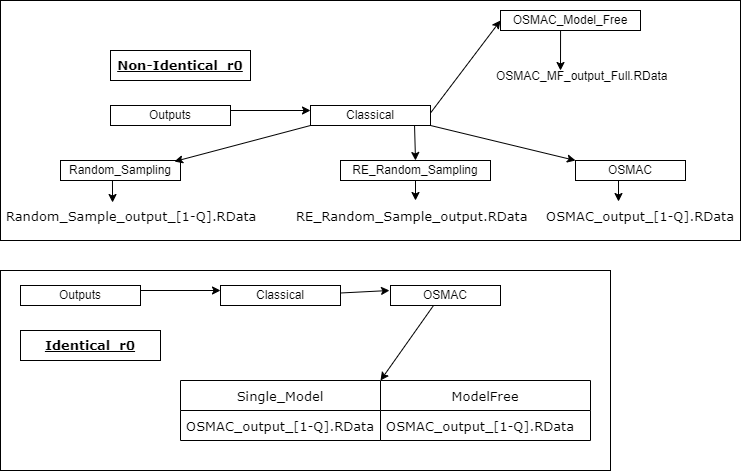
The draw.io diagram Images/Outputs.png in Amalan-ConStat/RS_OS_MROS_LR_RWS_SkinData, before a commit. Source tidied: cells renumbered, new cells last; positions are measured from the earlier drawing's top-left corner, leaving out a move shared by most shapes. The source it was exported from:
```xml
<mxGraphModel>
  <root>
    <mxCell id="0" />
    <mxCell id="1" parent="0" />
    <mxCell id="2" style="rounded=0;whiteSpace=wrap;html=1;fontFamily=Verdana;fontSize=13;fontColor=#000000;" parent="1" vertex="1">
      <mxGeometry width="740" height="240" as="geometry" />
    </mxCell>
    <mxCell id="3" value="Outputs" style="rounded=0;whiteSpace=wrap;html=1;" parent="1" vertex="1">
      <mxGeometry x="110" y="105" width="120" height="20" as="geometry" />
    </mxCell>
    <mxCell id="4" value="Classical" style="rounded=0;whiteSpace=wrap;html=1;" parent="1" vertex="1">
      <mxGeometry x="310" y="105" width="120" height="20" as="geometry" />
    </mxCell>
    <mxCell id="5" value="Random_Sampling" style="rounded=0;whiteSpace=wrap;html=1;" parent="1" vertex="1">
      <mxGeometry x="60" y="160" width="120" height="20" as="geometry" />
    </mxCell>
    <mxCell id="6" value="RE_Random_Sampling" style="rounded=0;whiteSpace=wrap;html=1;" parent="1" vertex="1">
      <mxGeometry x="340" y="160" width="150" height="20" as="geometry" />
    </mxCell>
    <mxCell id="7" value="OSMAC" style="rounded=0;whiteSpace=wrap;html=1;" parent="1" vertex="1">
      <mxGeometry x="575" y="160" width="110" height="20" as="geometry" />
    </mxCell>
    <mxCell id="8" style="endArrow=classic;html=1;exitX=1;exitY=0.25;exitDx=0;exitDy=0;" parent="1" edge="1" source="3">
      <mxGeometry relative="1" as="geometry">
        <mxPoint x="310" y="110" as="targetPoint" />
      </mxGeometry>
    </mxCell>
    <mxCell id="9" style="endArrow=classic;html=1;exitX=1;exitY=0.25;exitDx=0;exitDy=0;entryX=0;entryY=0.5;entryDx=0;entryDy=0;" parent="1" edge="1" target="14">
      <mxGeometry relative="1" as="geometry">
        <mxPoint x="430" y="112.5" as="sourcePoint" />
      </mxGeometry>
    </mxCell>
    <mxCell id="10" style="endArrow=classic;html=1;exitX=0;exitY=1;exitDx=0;exitDy=0;entryX=0.95;entryY=0.05;entryDx=0;entryDy=0;entryPerimeter=0;" parent="1" edge="1" source="4" target="5">
      <mxGeometry relative="1" as="geometry" />
    </mxCell>
    <mxCell id="11" style="endArrow=classic;html=1;exitX=0.867;exitY=1;exitDx=0;exitDy=0;entryX=0.5;entryY=0;entryDx=0;entryDy=0;exitPerimeter=0;" parent="1" edge="1" source="4" target="6">
      <mxGeometry relative="1" as="geometry" />
    </mxCell>
    <mxCell id="12" style="endArrow=classic;html=1;exitX=1;exitY=1;exitDx=0;exitDy=0;entryX=0;entryY=0;entryDx=0;entryDy=0;" parent="1" edge="1" source="4" target="7">
      <mxGeometry relative="1" as="geometry" />
    </mxCell>
    <mxCell id="13" value="&lt;b&gt;&lt;u&gt;Non-Identical_r0&lt;/u&gt;&lt;/b&gt;" style="rounded=0;whiteSpace=wrap;html=1;fontFamily=Verdana;fontSize=13;fontColor=#000000;" parent="1" vertex="1">
      <mxGeometry x="110" y="50" width="140" height="30" as="geometry" />
    </mxCell>
    <mxCell id="14" value="OSMAC_Model_Free" style="rounded=0;whiteSpace=wrap;html=1;" parent="1" vertex="1">
      <mxGeometry x="500" y="10" width="140" height="20" as="geometry" />
    </mxCell>
    <mxCell id="15" style="endArrow=classic;html=1;rounded=0;fontFamily=Verdana;fontSize=13;fontColor=#000000;exitX=0.5;exitY=1;exitDx=0;exitDy=0;" parent="1" edge="1" source="6" target="30">
      <mxGeometry relative="1" as="geometry" />
    </mxCell>
    <mxCell id="16" style="endArrow=classic;html=1;rounded=0;fontFamily=Verdana;fontSize=13;fontColor=#000000;exitX=0.391;exitY=1;exitDx=0;exitDy=0;exitPerimeter=0;entryX=0.425;entryY=0.017;entryDx=0;entryDy=0;entryPerimeter=0;" parent="1" edge="1" source="7">
      <mxGeometry relative="1" as="geometry">
        <mxPoint x="618" y="201" as="targetPoint" />
      </mxGeometry>
    </mxCell>
    <mxCell id="17" style="rounded=0;whiteSpace=wrap;html=1;fontFamily=Verdana;fontSize=13;fontColor=#000000;" parent="1" vertex="1">
      <mxGeometry y="270" width="610" height="200" as="geometry" />
    </mxCell>
    <mxCell id="18" value="Outputs" style="rounded=0;whiteSpace=wrap;html=1;" parent="1" vertex="1">
      <mxGeometry x="20" y="285" width="120" height="20" as="geometry" />
    </mxCell>
    <mxCell id="19" value="Classical" style="rounded=0;whiteSpace=wrap;html=1;" parent="1" vertex="1">
      <mxGeometry x="220" y="285" width="120" height="20" as="geometry" />
    </mxCell>
    <mxCell id="20" value="OSMAC" style="rounded=0;whiteSpace=wrap;html=1;" parent="1" vertex="1">
      <mxGeometry x="390" y="285" width="110" height="20" as="geometry" />
    </mxCell>
    <mxCell id="21" style="endArrow=classic;html=1;exitX=1;exitY=0.25;exitDx=0;exitDy=0;" parent="1" edge="1" source="18">
      <mxGeometry relative="1" as="geometry">
        <mxPoint x="220" y="290" as="targetPoint" />
      </mxGeometry>
    </mxCell>
    <mxCell id="22" style="endArrow=classic;html=1;exitX=1;exitY=0.25;exitDx=0;exitDy=0;" parent="1" edge="1">
      <mxGeometry relative="1" as="geometry">
        <mxPoint x="340" y="292.5" as="sourcePoint" />
        <mxPoint x="389" y="290" as="targetPoint" />
      </mxGeometry>
    </mxCell>
    <mxCell id="23" value="&lt;b&gt;&lt;u&gt;Identical_r0&lt;/u&gt;&lt;/b&gt;" style="rounded=0;whiteSpace=wrap;html=1;fontFamily=Verdana;fontSize=13;fontColor=#000000;" parent="1" vertex="1">
      <mxGeometry x="20" y="330" width="140" height="30" as="geometry" />
    </mxCell>
    <mxCell id="24" value="Single_Model" style="swimlane;fontStyle=0;horizontal=1;startSize=30;fontFamily=Verdana;fontSize=13;fontColor=#000000;" parent="1" vertex="1">
      <mxGeometry x="180" y="380" width="200" height="60" as="geometry" />
    </mxCell>
    <mxCell id="25" value="OSMAC_output_[1-Q].RData" style="text;strokeColor=none;fillColor=none;align=left;verticalAlign=middle;spacingLeft=4;spacingRight=4;overflow=hidden;fontFamily=Verdana;fontSize=13;fontColor=#000000;" parent="24" vertex="1">
      <mxGeometry y="30" width="200" height="30" as="geometry" />
    </mxCell>
    <mxCell id="26" value="ModelFree" style="swimlane;fontStyle=0;horizontal=1;startSize=30;fontFamily=Verdana;fontSize=13;fontColor=#000000;" parent="1" vertex="1">
      <mxGeometry x="380" y="380" width="210" height="60" as="geometry" />
    </mxCell>
    <mxCell id="27" value="OSMAC_output_[1-Q].RData" style="text;strokeColor=none;fillColor=none;align=left;verticalAlign=middle;spacingLeft=4;spacingRight=4;overflow=hidden;fontFamily=Verdana;fontSize=13;fontColor=#000000;" parent="26" vertex="1">
      <mxGeometry y="30" width="210" height="30" as="geometry" />
    </mxCell>
    <mxCell id="28" style="endArrow=classic;html=1;rounded=0;fontFamily=Verdana;fontSize=13;fontColor=#000000;exitX=0.391;exitY=1;exitDx=0;exitDy=0;exitPerimeter=0;entryX=0;entryY=0;entryDx=0;entryDy=0;" parent="1" edge="1" source="20" target="26">
      <mxGeometry relative="1" as="geometry" />
    </mxCell>
    <mxCell id="29" value="Random_Sample_output_[1-Q].RData" style="text;strokeColor=none;fillColor=none;align=left;verticalAlign=middle;spacingLeft=4;spacingRight=4;overflow=hidden;points=[[0,0.5],[1,0.5]];portConstraint=eastwest;fontFamily=Verdana;fontSize=13;fontColor=#000000;" parent="1" vertex="1">
      <mxGeometry y="200" width="260" height="30" as="geometry" />
    </mxCell>
    <mxCell id="30" value="RE_Random_Sample_output.RData" style="text;strokeColor=none;fillColor=none;align=left;verticalAlign=middle;spacingLeft=4;spacingRight=4;overflow=hidden;points=[[0,0.5],[1,0.5]];portConstraint=eastwest;fontFamily=Verdana;fontSize=13;fontColor=#000000;" parent="1" vertex="1">
      <mxGeometry x="290" y="200" width="250" height="30" as="geometry" />
    </mxCell>
    <mxCell id="31" value="OSMAC_output_[1-Q].RData" style="text;strokeColor=none;fillColor=none;align=left;verticalAlign=middle;spacingLeft=4;spacingRight=4;overflow=hidden;fontFamily=Verdana;fontSize=13;fontColor=#000000;" parent="1" vertex="1">
      <mxGeometry x="540" y="200" width="210" height="30" as="geometry" />
    </mxCell>
    <mxCell id="32" style="endArrow=classic;html=1;rounded=0;exitX=0.433;exitY=1;exitDx=0;exitDy=0;exitPerimeter=0;entryX=0.431;entryY=0.067;entryDx=0;entryDy=0;entryPerimeter=0;" parent="1" edge="1" source="5" target="29">
      <mxGeometry relative="1" as="geometry" />
    </mxCell>
    <mxCell id="33" value="OSMAC_MF_output_Full.RData" style="text;strokeColor=none;fillColor=none;align=left;verticalAlign=middle;spacingLeft=4;spacingRight=4;overflow=hidden;" parent="1" vertex="1">
      <mxGeometry x="490" y="60" width="200" height="30" as="geometry" />
    </mxCell>
    <mxCell id="34" style="endArrow=classic;html=1;rounded=0;exitX=0.429;exitY=1;exitDx=0;exitDy=0;exitPerimeter=0;" parent="1" edge="1" source="14">
      <mxGeometry relative="1" as="geometry">
        <mxPoint x="560" y="70" as="targetPoint" />
      </mxGeometry>
    </mxCell>
  </root>
</mxGraphModel>
```
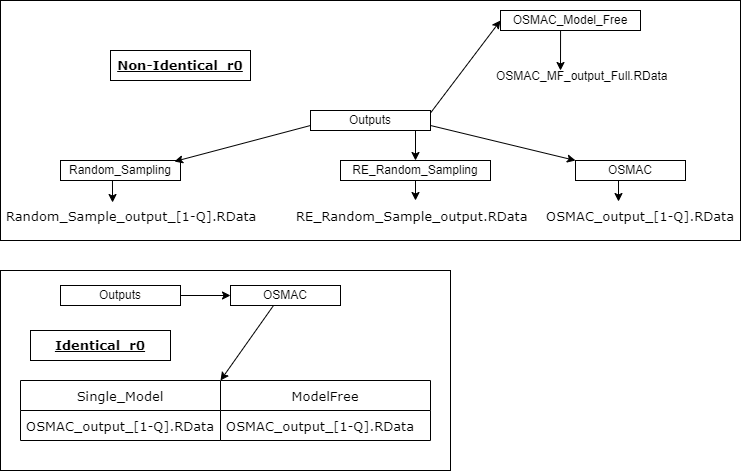
After the commit.

What changed in the source:
```diff
@@ -6,11 +6,8 @@
       <mxGeometry width="740" height="240" as="geometry" />
     </mxCell>
     <mxCell id="3" value="Outputs" style="rounded=0;whiteSpace=wrap;html=1;" parent="1" vertex="1">
-      <mxGeometry x="110" y="105" width="120" height="20" as="geometry" />
+      <mxGeometry x="310" y="110" width="120" height="20" as="geometry" />
     </mxCell>
-    <mxCell id="4" value="Classical" style="rounded=0;whiteSpace=wrap;html=1;" parent="1" vertex="1">
-      <mxGeometry x="310" y="105" width="120" height="20" as="geometry" />
-    </mxCell>
     <mxCell id="5" value="Random_Sampling" style="rounded=0;whiteSpace=wrap;html=1;" parent="1" vertex="1">
       <mxGeometry x="60" y="160" width="120" height="20" as="geometry" />
     </mxCell>
@@ -20,24 +17,25 @@
     <mxCell id="7" value="OSMAC" style="rounded=0;whiteSpace=wrap;html=1;" parent="1" vertex="1">
       <mxGeometry x="575" y="160" width="110" height="20" as="geometry" />
     </mxCell>
-    <mxCell id="8" style="endArrow=classic;html=1;exitX=1;exitY=0.25;exitDx=0;exitDy=0;" parent="1" edge="1" source="3">
-      <mxGeometry relative="1" as="geometry">
-        <mxPoint x="310" y="110" as="targetPoint" />
-      </mxGeometry>
-    </mxCell>
     <mxCell id="9" style="endArrow=classic;html=1;exitX=1;exitY=0.25;exitDx=0;exitDy=0;entryX=0;entryY=0.5;entryDx=0;entryDy=0;" parent="1" edge="1" target="14">
       <mxGeometry relative="1" as="geometry">
         <mxPoint x="430" y="112.5" as="sourcePoint" />
       </mxGeometry>
     </mxCell>
-    <mxCell id="10" style="endArrow=classic;html=1;exitX=0;exitY=1;exitDx=0;exitDy=0;entryX=0.95;entryY=0.05;entryDx=0;entryDy=0;entryPerimeter=0;" parent="1" edge="1" source="4" target="5">
-      <mxGeometry relative="1" as="geometry" />
+    <mxCell id="10" style="endArrow=classic;html=1;exitX=0;exitY=1;exitDx=0;exitDy=0;entryX=0.95;entryY=0.05;entryDx=0;entryDy=0;entryPerimeter=0;" parent="1" edge="1" target="5">
+      <mxGeometry relative="1" as="geometry">
+        <mxPoint x="310" y="125" as="sourcePoint" />
+      </mxGeometry>
     </mxCell>
-    <mxCell id="11" style="endArrow=classic;html=1;exitX=0.867;exitY=1;exitDx=0;exitDy=0;entryX=0.5;entryY=0;entryDx=0;entryDy=0;exitPerimeter=0;" parent="1" edge="1" source="4" target="6">
-      <mxGeometry relative="1" as="geometry" />
+    <mxCell id="11" style="endArrow=classic;html=1;entryX=0.5;entryY=0;entryDx=0;entryDy=0;" parent="1" edge="1" target="6">
+      <mxGeometry relative="1" as="geometry">
+        <mxPoint x="415" y="130" as="sourcePoint" />
+      </mxGeometry>
     </mxCell>
-    <mxCell id="12" style="endArrow=classic;html=1;exitX=1;exitY=1;exitDx=0;exitDy=0;entryX=0;entryY=0;entryDx=0;entryDy=0;" parent="1" edge="1" source="4" target="7">
-      <mxGeometry relative="1" as="geometry" />
+    <mxCell id="12" style="endArrow=classic;html=1;exitX=1;exitY=1;exitDx=0;exitDy=0;entryX=0;entryY=0;entryDx=0;entryDy=0;" parent="1" edge="1" target="7">
+      <mxGeometry relative="1" as="geometry">
+        <mxPoint x="430" y="125" as="sourcePoint" />
+      </mxGeometry>
     </mxCell>
     <mxCell id="13" value="&lt;b&gt;&lt;u&gt;Non-Identical_r0&lt;/u&gt;&lt;/b&gt;" style="rounded=0;whiteSpace=wrap;html=1;fontFamily=Verdana;fontSize=13;fontColor=#000000;" parent="1" vertex="1">
       <mxGeometry x="110" y="50" width="140" height="30" as="geometry" />
@@ -54,39 +52,28 @@
       </mxGeometry>
     </mxCell>
     <mxCell id="17" style="rounded=0;whiteSpace=wrap;html=1;fontFamily=Verdana;fontSize=13;fontColor=#000000;" parent="1" vertex="1">
-      <mxGeometry y="270" width="610" height="200" as="geometry" />
+      <mxGeometry y="270" width="450" height="200" as="geometry" />
     </mxCell>
+    <mxCell id="35" style="edgeStyle=orthogonalEdgeStyle;rounded=0;jettySize=auto;html=1;" parent="1" edge="1" source="18" target="20">
+      <mxGeometry relative="1" as="geometry" />
+    </mxCell>
     <mxCell id="18" value="Outputs" style="rounded=0;whiteSpace=wrap;html=1;" parent="1" vertex="1">
-      <mxGeometry x="20" y="285" width="120" height="20" as="geometry" />
+      <mxGeometry x="60" y="285" width="120" height="20" as="geometry" />
     </mxCell>
-    <mxCell id="19" value="Classical" style="rounded=0;whiteSpace=wrap;html=1;" parent="1" vertex="1">
-      <mxGeometry x="220" y="285" width="120" height="20" as="geometry" />
-    </mxCell>
     <mxCell id="20" value="OSMAC" style="rounded=0;whiteSpace=wrap;html=1;" parent="1" vertex="1">
-      <mxGeometry x="390" y="285" width="110" height="20" as="geometry" />
+      <mxGeometry x="230" y="285" width="110" height="20" as="geometry" />
     </mxCell>
-    <mxCell id="21" style="endArrow=classic;html=1;exitX=1;exitY=0.25;exitDx=0;exitDy=0;" parent="1" edge="1" source="18">
-      <mxGeometry relative="1" as="geometry">
-        <mxPoint x="220" y="290" as="targetPoint" />
-      </mxGeometry>
-    </mxCell>
-    <mxCell id="22" style="endArrow=classic;html=1;exitX=1;exitY=0.25;exitDx=0;exitDy=0;" parent="1" edge="1">
-      <mxGeometry relative="1" as="geometry">
-        <mxPoint x="340" y="292.5" as="sourcePoint" />
-        <mxPoint x="389" y="290" as="targetPoint" />
-      </mxGeometry>
-    </mxCell>
     <mxCell id="23" value="&lt;b&gt;&lt;u&gt;Identical_r0&lt;/u&gt;&lt;/b&gt;" style="rounded=0;whiteSpace=wrap;html=1;fontFamily=Verdana;fontSize=13;fontColor=#000000;" parent="1" vertex="1">
-      <mxGeometry x="20" y="330" width="140" height="30" as="geometry" />
+      <mxGeometry x="30" y="330" width="140" height="30" as="geometry" />
     </mxCell>
     <mxCell id="24" value="Single_Model" style="swimlane;fontStyle=0;horizontal=1;startSize=30;fontFamily=Verdana;fontSize=13;fontColor=#000000;" parent="1" vertex="1">
-      <mxGeometry x="180" y="380" width="200" height="60" as="geometry" />
+      <mxGeometry x="20" y="380" width="200" height="60" as="geometry" />
     </mxCell>
     <mxCell id="25" value="OSMAC_output_[1-Q].RData" style="text;strokeColor=none;fillColor=none;align=left;verticalAlign=middle;spacingLeft=4;spacingRight=4;overflow=hidden;fontFamily=Verdana;fontSize=13;fontColor=#000000;" parent="24" vertex="1">
       <mxGeometry y="30" width="200" height="30" as="geometry" />
     </mxCell>
     <mxCell id="26" value="ModelFree" style="swimlane;fontStyle=0;horizontal=1;startSize=30;fontFamily=Verdana;fontSize=13;fontColor=#000000;" parent="1" vertex="1">
-      <mxGeometry x="380" y="380" width="210" height="60" as="geometry" />
+      <mxGeometry x="220" y="380" width="210" height="60" as="geometry" />
     </mxCell>
     <mxCell id="27" value="OSMAC_output_[1-Q].RData" style="text;strokeColor=none;fillColor=none;align=left;verticalAlign=middle;spacingLeft=4;spacingRight=4;overflow=hidden;fontFamily=Verdana;fontSize=13;fontColor=#000000;" parent="26" vertex="1">
       <mxGeometry y="30" width="210" height="30" as="geometry" />
```
